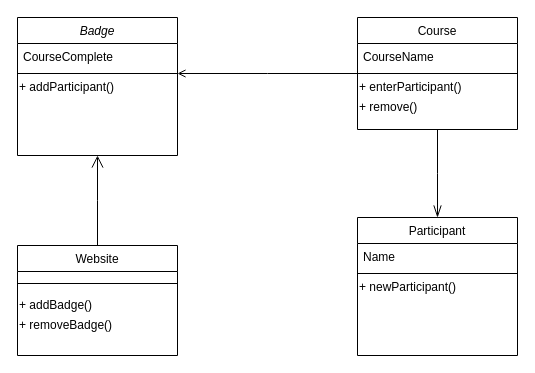
Above: page "Page-1" (1 of 3) of Test Class Diagram.drawio in supagon/test (draw.io), before the change. Source tidied: cells renumbered, new cells numbered last; positions are measured from the earlier drawing's top-left corner, leaving out a move shared by most shapes. Both pictures are drawn from the tidied source at 100%, with x=0, y=0 at pixel (17, 17).
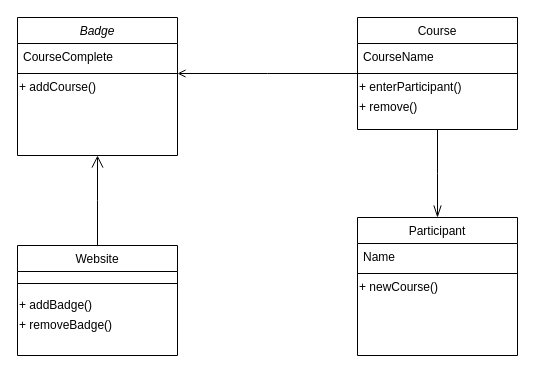
The same page after the edit.

The change refers to these unchanged cells:
```xml
<mxCell id="2" value="Badge" style="swimlane;fontStyle=2;align=center;verticalAlign=top;horizontal=1;startSize=26;rounded=0;shadow=0;strokeWidth=1;" parent="1" vertex="1">
  <mxGeometry width="160" height="138" as="geometry" />
</mxCell>
<mxCell id="6" value="Participant" style="swimlane;fontStyle=0;align=center;verticalAlign=top;horizontal=1;startSize=26;rounded=0;shadow=0;strokeWidth=1;" parent="1" vertex="1">
  <mxGeometry x="340" y="200" width="160" height="138" as="geometry" />
</mxCell>
```

What changed in the source:
```diff
@@
-    <mxCell id="5" value="+ addParticipant()" style="text;html=1;align=left;verticalAlign=middle;strokeColor=none;fillColor=none;" parent="2" vertex="1">
+    <mxCell id="5" value="+ addCourse()" style="text;html=1;align=left;verticalAlign=middle;strokeColor=none;fillColor=none;" parent="2" vertex="1">
       <mxGeometry y="60" width="160" height="20" as="geometry" />
     </mxCell>
@@
-    <mxCell id="9" value="+ newParticipant()" style="text;html=1;align=left;verticalAlign=middle;strokeColor=none;fillColor=none;" parent="6" vertex="1">
+    <mxCell id="9" value="+ newCourse()" style="text;html=1;align=left;verticalAlign=middle;strokeColor=none;fillColor=none;" parent="6" vertex="1">
       <mxGeometry y="60" width="160" height="20" as="geometry" />
     </mxCell>
```
